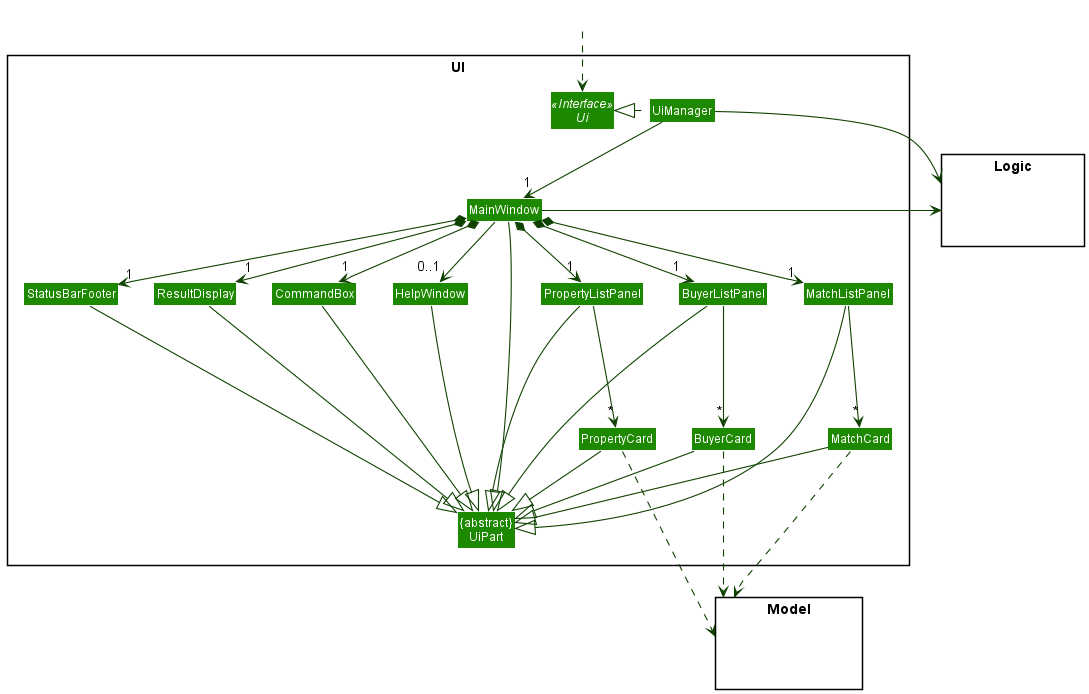
waynetee/tp keeps this PlantUML diagram as docs/images/UiClassDiagram.png. Above is the earlier version.
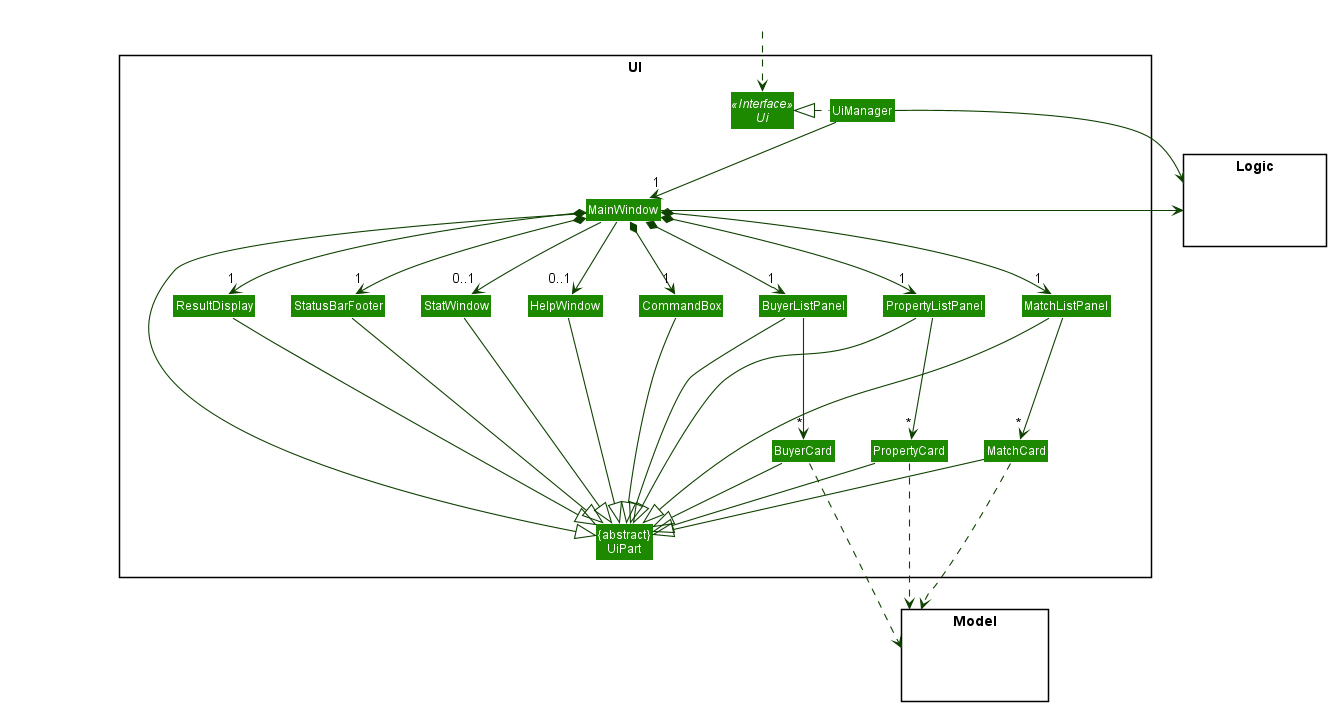
The same diagram one commit later.

The edit, as a diff of the source:
```diff
@@ -9,16 +9,19 @@
 Class "{abstract}\nUiPart" as UiPart
 Class UiManager
 Class MainWindow
-Class HelpWindow
-Class ResultDisplay
-Class PropertyListPanel
+together {
+    Class HelpWindow
+    Class StatWindow
+    Class ResultDisplay
+    Class PropertyListPanel
+    Class BuyerListPanel
+    Class MatchListPanel
+    Class StatusBarFooter
+    Class CommandBox
+}
 Class PropertyCard
-Class BuyerListPanel
 Class BuyerCard
-Class MatchListPanel
 Class MatchCard
-Class StatusBarFooter
-Class CommandBox
 }
 
 package Model <<Rectangle>> {
@@ -41,6 +44,7 @@
 MainWindow *-down-> "1" MatchListPanel
 MainWindow *-down-> "1" StatusBarFooter
 MainWindow --> "0..1" HelpWindow
+MainWindow --> "0..1" StatWindow
 
 PropertyListPanel --down-> "*" PropertyCard
 BuyerListPanel --down-> "*" BuyerCard
@@ -58,6 +62,7 @@
 MatchCard --|> UiPart
 StatusBarFooter --|> UiPart
 HelpWindow --|> UiPart
+StatWindow --|> UiPart
 
 PropertyCard ..down.> Model
 BuyerCard ..down.> Model
```
